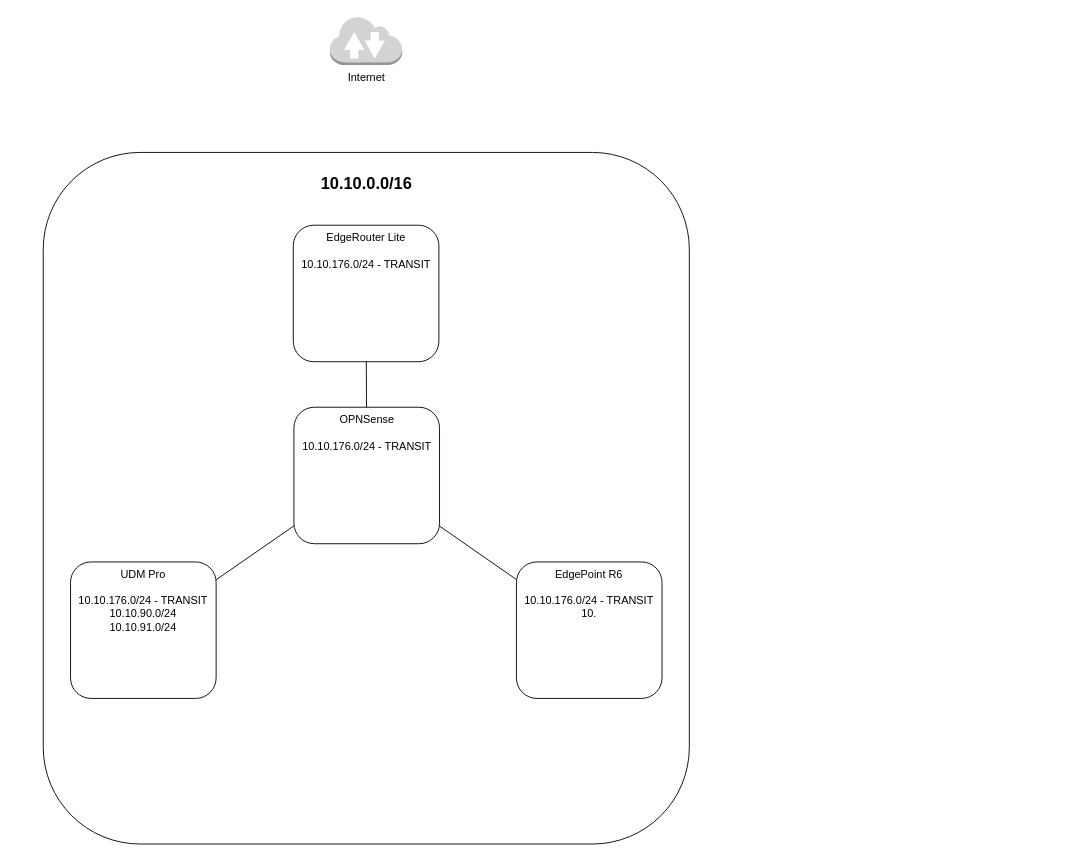
The draw.io diagram page "Network" (2 of 2) of docs/diagrams/tnwks-ops.drawio in iT3E/tnwks-ops, before the edit. Source tidied: cells renumbered, new cells numbered last; positions are measured from the earlier drawing's top-left corner, leaving out a move shared by most shapes. Both pictures are drawn from the tidied source at 91%, with x=0, y=0 at pixel (43, 15).
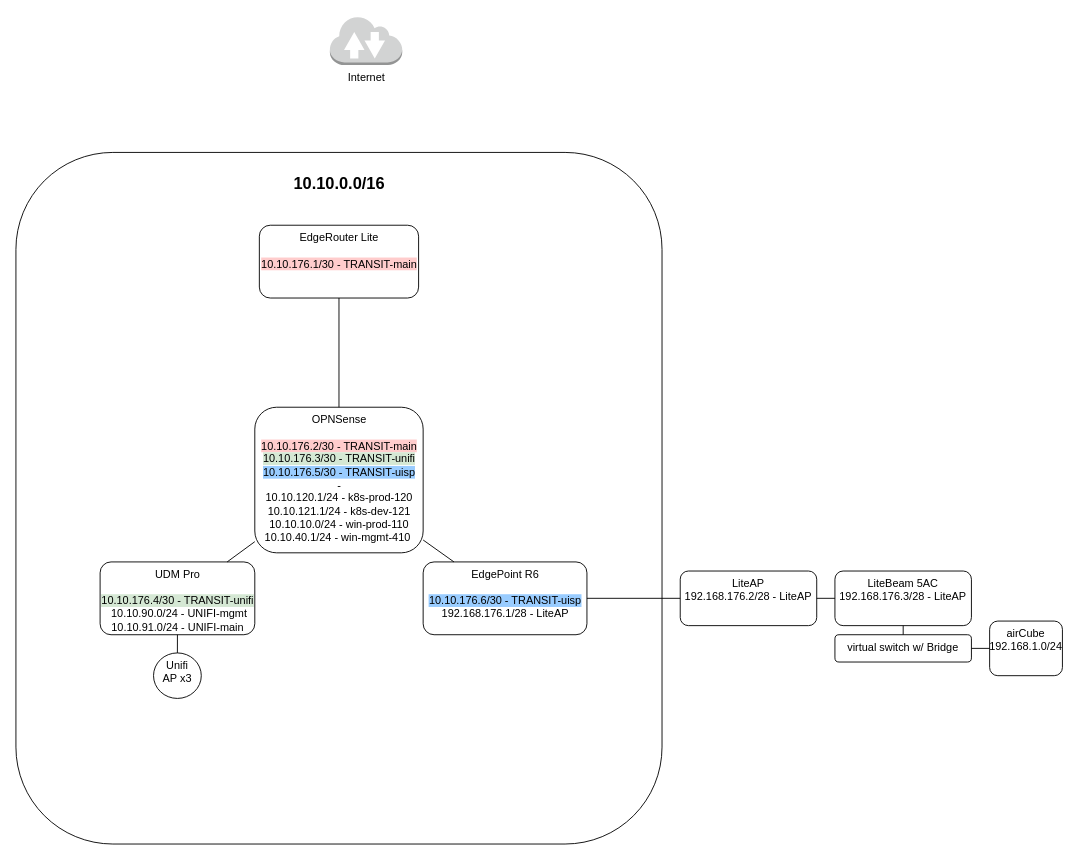
The same page after the edit.

Commit message:
network detail add

The edit, as a diff of the source:
```diff
@@
     <mxCell id="2" style="rounded=1;whiteSpace=wrap;html=1;fillColor=none;" parent="1" vertex="1">
-      <mxGeometry y="150" width="710" height="760" as="geometry" />
+      <mxGeometry x="-30" y="150" width="710" height="760" as="geometry" />
     </mxCell>
     <mxCell id="3" value="&lt;h2&gt;&lt;b&gt;10.10.0.0/16&lt;/b&gt;&lt;/h2&gt;" style="text;html=1;strokeColor=none;fillColor=none;align=center;verticalAlign=middle;whiteSpace=wrap;rounded=0;" parent="1" vertex="1">
-      <mxGeometry x="302" y="160" width="107" height="50" as="geometry" />
+      <mxGeometry x="271.5" y="160" width="107" height="50" as="geometry" />
     </mxCell>
-    <mxCell id="4" value="EdgeRouter Lite&lt;br&gt;&lt;br&gt;10.10.176.0/24 - TRANSIT" style="rounded=1;whiteSpace=wrap;html=1;fillColor=none;verticalAlign=top;" parent="1" vertex="1">
-      <mxGeometry x="274.8" y="230" width="160" height="150" as="geometry" />
+    <mxCell id="4" value="EdgeRouter Lite&lt;br&gt;&lt;br&gt;&lt;span style=&quot;background-color: rgb(255, 204, 204);&quot;&gt;10.10.176.1/30 - TRANSIT-main&lt;/span&gt;" style="rounded=1;whiteSpace=wrap;html=1;fillColor=none;verticalAlign=top;" parent="1" vertex="1">
+      <mxGeometry x="237.5" y="230" width="175" height="80" as="geometry" />
     </mxCell>
@@
+    <mxCell id="12" style="edgeStyle=none;rounded=0;jumpStyle=arc;jettySize=auto;html=1;endArrow=none;endFill=0;" parent="1" edge="1" source="6" target="21">
+      <mxGeometry relative="1" as="geometry" />
+    </mxCell>
-    <mxCell id="6" value="UDM Pro&lt;br&gt;&lt;br&gt;10.10.176.0/24 - TRANSIT&lt;br&gt;10.10.90.0/24&lt;br&gt;10.10.91.0/24" style="rounded=1;whiteSpace=wrap;html=1;fillColor=none;verticalAlign=top;" parent="1" vertex="1">
-      <mxGeometry x="30" y="600" width="160" height="150" as="geometry" />
+    <mxCell id="6" value="UDM Pro&lt;br&gt;&lt;br&gt;&lt;span style=&quot;background-color: rgb(213, 232, 212);&quot;&gt;10.10.176.4/30 - TRANSIT-unifi&lt;/span&gt;&lt;br&gt;&amp;nbsp;10.10.90.0/24 - UNIFI-mgmt&lt;br&gt;10.10.91.0/24 - UNIFI-main" style="rounded=1;whiteSpace=wrap;html=1;fillColor=none;verticalAlign=top;" parent="1" vertex="1">
+      <mxGeometry x="62.5" y="600" width="170" height="80" as="geometry" />
     </mxCell>
@@
+    <mxCell id="13" style="edgeStyle=none;rounded=0;jumpStyle=arc;jettySize=auto;html=1;endArrow=none;endFill=0;" parent="1" edge="1" source="8" target="15">
+      <mxGeometry relative="1" as="geometry" />
+    </mxCell>
-    <mxCell id="8" value="EdgePoint R6&lt;br&gt;&lt;br&gt;10.10.176.0/24 - TRANSIT&lt;br&gt;10." style="rounded=1;whiteSpace=wrap;html=1;fillColor=none;verticalAlign=top;" parent="1" vertex="1">
-      <mxGeometry x="520" y="600" width="160" height="150" as="geometry" />
+    <mxCell id="8" value="EdgePoint R6&lt;br&gt;&lt;br&gt;&lt;span style=&quot;background-color: rgb(153, 204, 255);&quot;&gt;10.10.176.6/30 - TRANSIT-uisp&lt;br&gt;&lt;/span&gt;192.168.176.1/28 - LiteAP" style="rounded=1;whiteSpace=wrap;html=1;fillColor=none;verticalAlign=top;" parent="1" vertex="1">
+      <mxGeometry x="417.5" y="600" width="180" height="80" as="geometry" />
     </mxCell>
@@
-    <mxCell id="11" value="OPNSense&lt;br&gt;&lt;br&gt;10.10.176.0/24 - TRANSIT" style="rounded=1;whiteSpace=wrap;html=1;fillColor=none;verticalAlign=top;" parent="1" vertex="1">
-      <mxGeometry x="275.5" y="430" width="160" height="150" as="geometry" />
+    <mxCell id="11" value="OPNSense&lt;br&gt;&lt;br&gt;&lt;span style=&quot;background-color: rgb(255, 204, 204);&quot;&gt;10.10.176.2/30 - TRANSIT-main&lt;/span&gt;&lt;br&gt;&lt;span style=&quot;background-color: rgb(213, 232, 212);&quot;&gt;10.10.176.3/30 - TRANSIT-unifi&lt;/span&gt;&lt;br&gt;&lt;span style=&quot;background-color: rgb(153, 204, 255);&quot;&gt;10.10.176.5/30 - TRANSIT-uisp&lt;/span&gt;&lt;br&gt;-&lt;br&gt;10.10.120.1/24 - k8s-prod-120&lt;br&gt;10.10.121.1/24 - k8s-dev-121&lt;br&gt;10.10.10.0/24 - win-prod-110&lt;br&gt;10.10.40.1/24 - win-mgmt-410&amp;nbsp;" style="rounded=1;whiteSpace=wrap;html=1;fillColor=none;verticalAlign=top;" parent="1" vertex="1">
+      <mxGeometry x="232.5" y="430" width="185" height="160" as="geometry" />
     </mxCell>
+    <mxCell id="14" style="edgeStyle=none;rounded=0;jumpStyle=arc;jettySize=auto;html=1;endArrow=none;endFill=0;" parent="1" edge="1" source="15" target="17">
+      <mxGeometry relative="1" as="geometry" />
+    </mxCell>
+    <mxCell id="15" value="LiteAP&lt;br&gt;192.168.176.2/28 - LiteAP" style="whiteSpace=wrap;html=1;verticalAlign=top;fillColor=none;rounded=1;" parent="1" vertex="1">
+      <mxGeometry x="700" y="610" width="150" height="60" as="geometry" />
+    </mxCell>
+    <mxCell id="16" style="edgeStyle=none;rounded=0;jumpStyle=arc;jettySize=auto;html=1;endArrow=none;endFill=0;" parent="1" edge="1" source="17" target="19">
+      <mxGeometry relative="1" as="geometry" />
+    </mxCell>
+    <mxCell id="17" value="LiteBeam 5AC&lt;br&gt;192.168.176.3/28 - LiteAP" style="whiteSpace=wrap;html=1;verticalAlign=top;fillColor=none;rounded=1;" parent="1" vertex="1">
+      <mxGeometry x="870" y="610" width="150" height="60" as="geometry" />
+    </mxCell>
+    <mxCell id="18" style="edgeStyle=none;rounded=0;jumpStyle=arc;jettySize=auto;html=1;endArrow=none;endFill=0;" parent="1" edge="1" source="19" target="20">
+      <mxGeometry relative="1" as="geometry" />
+    </mxCell>
+    <mxCell id="19" value="virtual switch w/ Bridge" style="whiteSpace=wrap;html=1;verticalAlign=top;fillColor=none;rounded=1;" parent="1" vertex="1">
+      <mxGeometry x="870" y="680" width="150" height="30" as="geometry" />
+    </mxCell>
+    <mxCell id="20" value="airCube&lt;br&gt;192.168.1.0/24" style="whiteSpace=wrap;html=1;verticalAlign=top;fillColor=none;rounded=1;" parent="1" vertex="1">
+      <mxGeometry x="1040" y="665" width="80" height="60" as="geometry" />
+    </mxCell>
+    <mxCell id="21" value="Unifi&lt;br&gt;AP x3" style="ellipse;whiteSpace=wrap;html=1;verticalAlign=top;fillColor=none;rounded=1;" parent="1" vertex="1">
+      <mxGeometry x="121.2" y="700" width="52.5" height="50" as="geometry" />
+    </mxCell>
```
